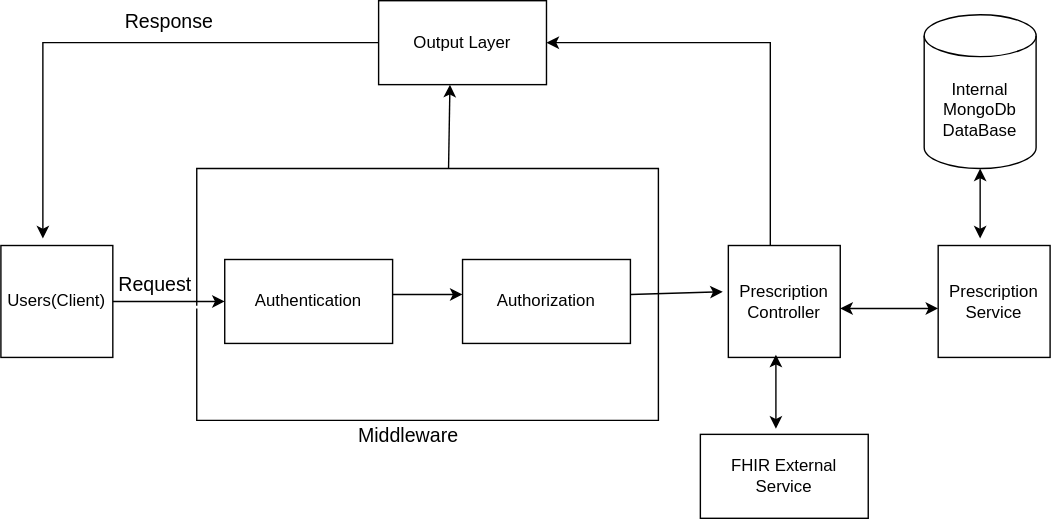
Above: public/PrescriptionApiArchitecture.svg in divanshu-kedia/Nebler_Assignment (draw.io), before the change. Source tidied: cells renumbered, new cells last; positions are measured from the earlier drawing's top-left corner, leaving out a move shared by most shapes. Source of this version:
```xml
<mxGraphModel>
  <root>
    <mxCell id="0" />
    <mxCell id="1" parent="0" />
    <mxCell id="2" value="Users(Client)" style="whiteSpace=wrap;html=1;" parent="1" vertex="1">
      <mxGeometry y="175" width="80" height="80" as="geometry" />
    </mxCell>
    <mxCell id="3" value="Authentication" style="rounded=0;whiteSpace=wrap;html=1;" parent="1" vertex="1">
      <mxGeometry x="160" y="185" width="120" height="60" as="geometry" />
    </mxCell>
    <mxCell id="4" value="Authorization" style="rounded=0;whiteSpace=wrap;html=1;" parent="1" vertex="1">
      <mxGeometry x="330" y="185" width="120" height="60" as="geometry" />
    </mxCell>
    <mxCell id="5" style="endArrow=classic;html=1;rounded=0;entryX=0;entryY=0.5;entryDx=0;entryDy=0;exitX=1;exitY=0.5;exitDx=0;exitDy=0;" parent="1" edge="1" source="2" target="3">
      <mxGeometry relative="1" as="geometry" />
    </mxCell>
    <mxCell id="6" style="endArrow=classic;html=1;rounded=0;exitX=1;exitY=0.5;exitDx=0;exitDy=0;" parent="1" edge="1">
      <mxGeometry relative="1" as="geometry">
        <mxPoint x="280" y="210" as="sourcePoint" />
        <mxPoint x="330" y="210" as="targetPoint" />
      </mxGeometry>
    </mxCell>
    <mxCell id="7" value="Prescription&lt;br&gt;Controller" style="whiteSpace=wrap;html=1;" parent="1" vertex="1">
      <mxGeometry x="520" y="175" width="80" height="80" as="geometry" />
    </mxCell>
    <mxCell id="8" style="endArrow=classic;html=1;rounded=0;entryX=-0.05;entryY=0.413;entryDx=0;entryDy=0;entryPerimeter=0;" parent="1" edge="1" target="7">
      <mxGeometry relative="1" as="geometry">
        <mxPoint x="450" y="210" as="sourcePoint" />
      </mxGeometry>
    </mxCell>
    <mxCell id="9" value="Prescription Service" style="whiteSpace=wrap;html=1;" parent="1" vertex="1">
      <mxGeometry x="670" y="175" width="80" height="80" as="geometry" />
    </mxCell>
    <mxCell id="10" value="Internal MongoDb&lt;br&gt;DataBase" style="shape=cylinder3;whiteSpace=wrap;html=1;boundedLbl=1;backgroundOutline=1;size=15;" parent="1" vertex="1">
      <mxGeometry x="660" y="10" width="80" height="110" as="geometry" />
    </mxCell>
    <mxCell id="11" style="endArrow=classic;startArrow=classic;html=1;rounded=0;entryX=0.5;entryY=1;entryDx=0;entryDy=0;entryPerimeter=0;" parent="1" edge="1" target="10">
      <mxGeometry relative="1" as="geometry">
        <mxPoint x="700" y="170" as="sourcePoint" />
      </mxGeometry>
    </mxCell>
    <mxCell id="12" style="endArrow=classic;startArrow=classic;html=1;rounded=0;" parent="1" edge="1">
      <mxGeometry relative="1" as="geometry">
        <mxPoint x="600" y="220" as="sourcePoint" />
        <mxPoint x="670" y="220" as="targetPoint" />
      </mxGeometry>
    </mxCell>
    <mxCell id="13" value="FHIR External&lt;br&gt;Service" style="rounded=0;whiteSpace=wrap;html=1;" parent="1" vertex="1">
      <mxGeometry x="500" y="310" width="120" height="60" as="geometry" />
    </mxCell>
    <mxCell id="14" style="endArrow=classic;startArrow=classic;html=1;rounded=0;entryX=0.425;entryY=0.975;entryDx=0;entryDy=0;entryPerimeter=0;exitX=0.45;exitY=-0.067;exitDx=0;exitDy=0;exitPerimeter=0;" parent="1" edge="1" source="13" target="7">
      <mxGeometry relative="1" as="geometry" />
    </mxCell>
    <mxCell id="15" value="Output Layer" style="rounded=0;whiteSpace=wrap;html=1;" parent="1" vertex="1">
      <mxGeometry x="270" width="120" height="60" as="geometry" />
    </mxCell>
    <mxCell id="16" style="endArrow=classic;html=1;rounded=0;exitX=0;exitY=0.5;exitDx=0;exitDy=0;" parent="1" edge="1" source="15">
      <mxGeometry relative="1" as="geometry">
        <mxPoint x="30" y="170" as="targetPoint" />
        <Array as="points">
          <mxPoint x="30" y="30" />
        </Array>
      </mxGeometry>
    </mxCell>
    <mxCell id="17" style="endArrow=classic;html=1;rounded=0;entryX=1;entryY=0.5;entryDx=0;entryDy=0;" parent="1" edge="1" target="15">
      <mxGeometry relative="1" as="geometry">
        <mxPoint x="550" y="175" as="sourcePoint" />
        <Array as="points">
          <mxPoint x="550" y="30" />
        </Array>
      </mxGeometry>
    </mxCell>
    <mxCell id="18" value="&lt;font style=&quot;font-size: 14px;&quot;&gt;Request&lt;/font&gt;" style="text;html=1;align=center;verticalAlign=middle;strokeColor=none;fillColor=none;" parent="1" vertex="1">
      <mxGeometry x="70" y="188" width="80" height="30" as="geometry" />
    </mxCell>
    <mxCell id="19" value="&lt;font style=&quot;font-size: 14px;&quot;&gt;Response&lt;/font&gt;" style="text;html=1;align=center;verticalAlign=middle;strokeColor=none;fillColor=none;" parent="1" vertex="1">
      <mxGeometry x="75" width="90" height="30" as="geometry" />
    </mxCell>
    <mxCell id="20" style="endArrow=none;html=1;rounded=0;" parent="1" edge="1">
      <mxGeometry relative="1" as="geometry">
        <mxPoint x="140" y="218" as="sourcePoint" />
        <mxPoint x="140" y="220" as="targetPoint" />
        <Array as="points">
          <mxPoint x="140" y="120" />
          <mxPoint x="470" y="120" />
          <mxPoint x="470" y="300" />
          <mxPoint x="140" y="300" />
        </Array>
      </mxGeometry>
    </mxCell>
    <mxCell id="21" value="&lt;font style=&quot;font-size: 14px;&quot;&gt;Middleware&lt;/font&gt;" style="edgeLabel;html=1;align=center;verticalAlign=middle;" parent="20" vertex="1">
      <mxGeometry x="0.57" y="5" relative="1" as="geometry">
        <mxPoint x="10" y="5" as="offset" />
      </mxGeometry>
    </mxCell>
    <mxCell id="22" style="endArrow=classic;html=1;rounded=0;entryX=0.425;entryY=1;entryDx=0;entryDy=0;entryPerimeter=0;" parent="1" edge="1" target="15">
      <mxGeometry relative="1" as="geometry">
        <mxPoint x="320" y="120" as="sourcePoint" />
      </mxGeometry>
    </mxCell>
  </root>
</mxGraphModel>
```
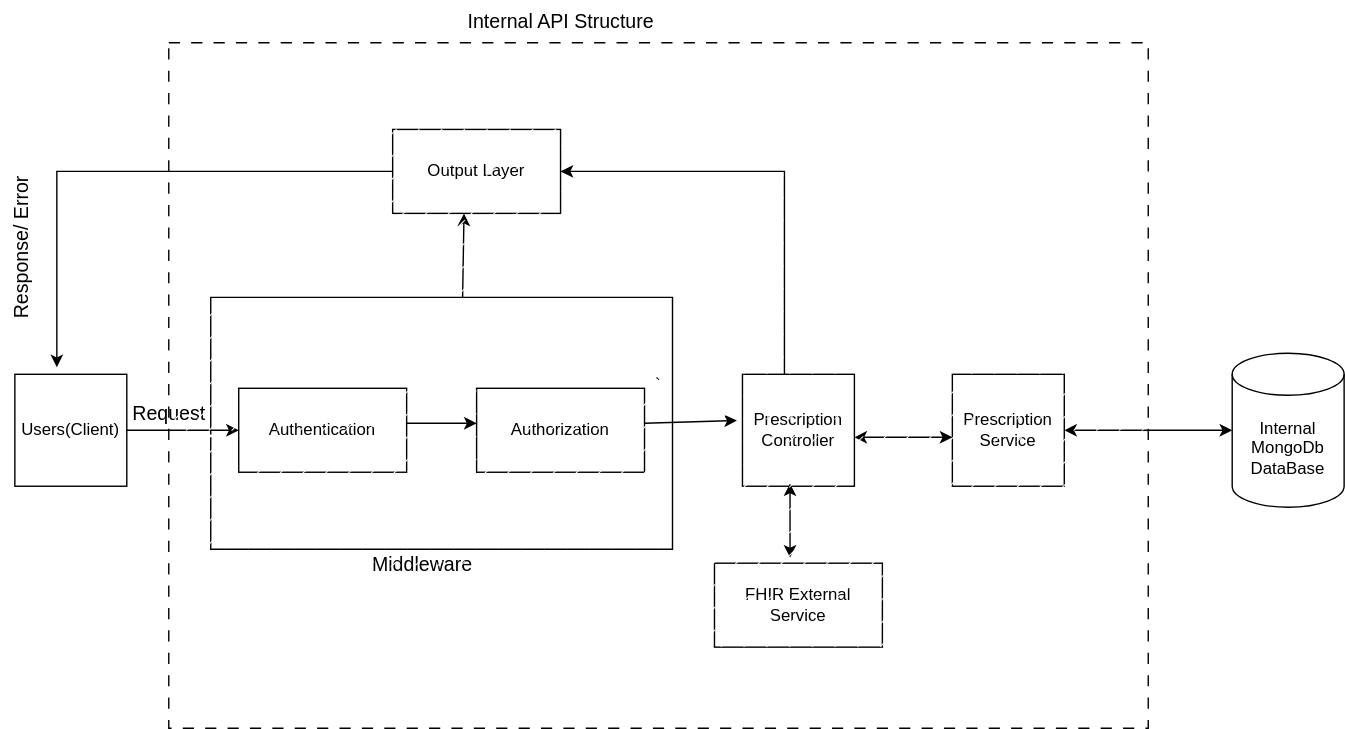
Later version of the same file.

Commit message:
Updated Archetecture Diagram

What changed in the source:
```diff
@@ -32,12 +32,10 @@
       <mxGeometry x="670" y="175" width="80" height="80" as="geometry" />
     </mxCell>
     <mxCell id="10" value="Internal MongoDb&lt;br&gt;DataBase" style="shape=cylinder3;whiteSpace=wrap;html=1;boundedLbl=1;backgroundOutline=1;size=15;" parent="1" vertex="1">
-      <mxGeometry x="660" y="10" width="80" height="110" as="geometry" />
+      <mxGeometry x="870" y="160" width="80" height="110" as="geometry" />
     </mxCell>
-    <mxCell id="11" style="endArrow=classic;startArrow=classic;html=1;rounded=0;entryX=0.5;entryY=1;entryDx=0;entryDy=0;entryPerimeter=0;" parent="1" edge="1" target="10">
-      <mxGeometry relative="1" as="geometry">
-        <mxPoint x="700" y="170" as="sourcePoint" />
-      </mxGeometry>
+    <mxCell id="11" style="endArrow=classic;startArrow=classic;html=1;rounded=0;exitX=1;exitY=0.5;exitDx=0;exitDy=0;entryX=0;entryY=0.5;entryDx=0;entryDy=0;entryPerimeter=0;" parent="1" edge="1" source="9" target="10">
+      <mxGeometry relative="1" as="geometry" />
     </mxCell>
     <mxCell id="12" style="endArrow=classic;startArrow=classic;html=1;rounded=0;" parent="1" edge="1">
       <mxGeometry relative="1" as="geometry">
@@ -73,8 +71,8 @@
     <mxCell id="18" value="&lt;font style=&quot;font-size: 14px;&quot;&gt;Request&lt;/font&gt;" style="text;html=1;align=center;verticalAlign=middle;strokeColor=none;fillColor=none;" parent="1" vertex="1">
       <mxGeometry x="70" y="188" width="80" height="30" as="geometry" />
     </mxCell>
-    <mxCell id="19" value="&lt;font style=&quot;font-size: 14px;&quot;&gt;Response&lt;/font&gt;" style="text;html=1;align=center;verticalAlign=middle;strokeColor=none;fillColor=none;" parent="1" vertex="1">
-      <mxGeometry x="75" width="90" height="30" as="geometry" />
+    <mxCell id="19" value="&lt;font style=&quot;font-size: 14px;&quot;&gt;Response/ Error&lt;/font&gt;" style="text;html=1;align=center;verticalAlign=middle;strokeColor=none;fillColor=none;rotation=270;" parent="1" vertex="1">
+      <mxGeometry x="-60" y="70" width="130" height="30" as="geometry" />
     </mxCell>
     <mxCell id="20" style="endArrow=none;html=1;rounded=0;" parent="1" edge="1">
       <mxGeometry relative="1" as="geometry">
@@ -98,5 +96,11 @@
         <mxPoint x="320" y="120" as="sourcePoint" />
       </mxGeometry>
     </mxCell>
+    <mxCell id="23" value="`" style="rounded=0;whiteSpace=wrap;html=1;fillStyle=dashed;dashed=1;dashPattern=8 8;" parent="1" vertex="1">
+      <mxGeometry x="110" y="-62" width="700" height="490" as="geometry" />
+    </mxCell>
+    <mxCell id="24" value="&lt;font style=&quot;font-size: 14px;&quot;&gt;Internal API Structure&lt;/font&gt;" style="text;html=1;align=center;verticalAlign=middle;strokeColor=none;fillColor=none;" parent="1" vertex="1">
+      <mxGeometry x="310" y="-92" width="160" height="30" as="geometry" />
+    </mxCell>
   </root>
 </mxGraphModel>
```
